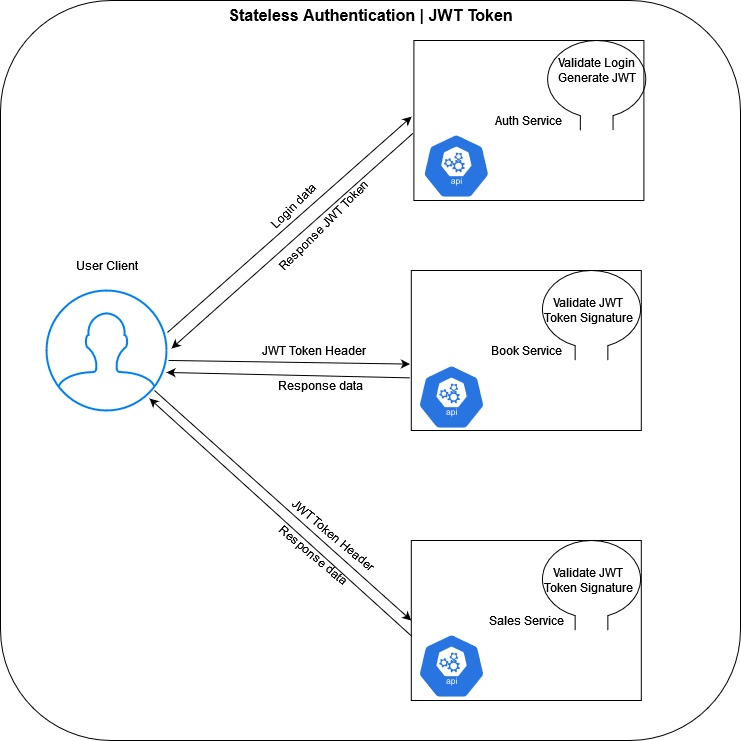
Earlier version of the draw.io export Conteúdos/Stateless Auth JWT.png (vhnegrisoli/curso-udemy-autenticacao-stateless-stateful-microsservicos). Source tidied: cells renumbered, new cells last; positions are measured from the earlier drawing's top-left corner, leaving out a move shared by most shapes. Source of this version:
```xml
<mxGraphModel>
  <root>
    <mxCell id="0" />
    <mxCell id="1" parent="0" />
    <mxCell id="2" style="rounded=1;whiteSpace=wrap;html=1;fontStyle=1;" parent="1" vertex="1">
      <mxGeometry width="740" height="740" as="geometry" />
    </mxCell>
    <mxCell id="3" style="html=1;verticalLabelPosition=bottom;align=center;labelBackgroundColor=#ffffff;verticalAlign=top;strokeWidth=2;strokeColor=#0080F0;shadow=0;dashed=0;shape=mxgraph.ios7.icons.user;" parent="1" vertex="1">
      <mxGeometry x="46" y="290" width="120" height="120" as="geometry" />
    </mxCell>
    <mxCell id="4" style="endArrow=classic;html=1;rounded=0;exitX=1.008;exitY=0.35;exitDx=0;exitDy=0;exitPerimeter=0;entryX=-0.01;entryY=0.476;entryDx=0;entryDy=0;entryPerimeter=0;" parent="1" edge="1" source="3" target="23">
      <mxGeometry relative="1" as="geometry" />
    </mxCell>
    <mxCell id="5" value="Login data" style="text;html=1;align=center;verticalAlign=middle;strokeColor=none;fillColor=none;rotation=-45;" parent="1" vertex="1">
      <mxGeometry x="253.4" y="190" width="80" height="30" as="geometry" />
    </mxCell>
    <mxCell id="6" style="endArrow=classic;html=1;rounded=0;entryX=1.042;entryY=0.483;entryDx=0;entryDy=0;entryPerimeter=0;exitX=-0.004;exitY=0.58;exitDx=0;exitDy=0;exitPerimeter=0;" parent="1" edge="1" source="23" target="3">
      <mxGeometry relative="1" as="geometry" />
    </mxCell>
    <mxCell id="7" value="Response JWT Token" style="text;html=1;align=center;verticalAlign=middle;strokeColor=none;fillColor=none;rotation=-45;" parent="1" vertex="1">
      <mxGeometry x="253.4" y="210" width="140" height="30" as="geometry" />
    </mxCell>
    <mxCell id="8" value="User Client" style="text;html=1;align=center;verticalAlign=middle;strokeColor=none;fillColor=none;" parent="1" vertex="1">
      <mxGeometry x="66" y="250" width="80" height="30" as="geometry" />
    </mxCell>
    <mxCell id="9" value="Book Service" style="rounded=0;whiteSpace=wrap;html=1;" parent="1" vertex="1">
      <mxGeometry x="410.8" y="270" width="230" height="160" as="geometry" />
    </mxCell>
    <mxCell id="10" value="Sales Service" style="rounded=0;whiteSpace=wrap;html=1;" parent="1" vertex="1">
      <mxGeometry x="410.8" y="540" width="230" height="160" as="geometry" />
    </mxCell>
    <mxCell id="11" style="endArrow=classic;html=1;rounded=0;exitX=1.017;exitY=0.583;exitDx=0;exitDy=0;exitPerimeter=0;entryX=-0.006;entryY=0.585;entryDx=0;entryDy=0;entryPerimeter=0;" parent="1" edge="1" source="3" target="9">
      <mxGeometry relative="1" as="geometry" />
    </mxCell>
    <mxCell id="12" value="JWT Token Header" style="text;html=1;align=center;verticalAlign=middle;strokeColor=none;fillColor=none;" parent="1" vertex="1">
      <mxGeometry x="253.4" y="335" width="120" height="30" as="geometry" />
    </mxCell>
    <mxCell id="13" style="endArrow=classic;html=1;rounded=0;exitX=-0.006;exitY=0.671;exitDx=0;exitDy=0;exitPerimeter=0;entryX=1;entryY=0.683;entryDx=0;entryDy=0;entryPerimeter=0;" parent="1" edge="1" source="9" target="3">
      <mxGeometry relative="1" as="geometry" />
    </mxCell>
    <mxCell id="14" value="Response data" style="text;html=1;align=center;verticalAlign=middle;strokeColor=none;fillColor=none;" parent="1" vertex="1">
      <mxGeometry x="270" y="370" width="100" height="30" as="geometry" />
    </mxCell>
    <mxCell id="15" style="endArrow=classic;html=1;rounded=0;exitX=0.9;exitY=0.833;exitDx=0;exitDy=0;exitPerimeter=0;entryX=0;entryY=0.5;entryDx=0;entryDy=0;" parent="1" edge="1" source="3" target="10">
      <mxGeometry relative="1" as="geometry" />
    </mxCell>
    <mxCell id="16" value="JWT Token Header" style="text;html=1;align=center;verticalAlign=middle;strokeColor=none;fillColor=none;rotation=40;" parent="1" vertex="1">
      <mxGeometry x="273.4" y="520" width="120" height="30" as="geometry" />
    </mxCell>
    <mxCell id="17" style="endArrow=classic;html=1;rounded=0;exitX=0.003;exitY=0.6;exitDx=0;exitDy=0;entryX=0.858;entryY=0.9;entryDx=0;entryDy=0;entryPerimeter=0;exitPerimeter=0;" parent="1" edge="1" source="10" target="3">
      <mxGeometry relative="1" as="geometry" />
    </mxCell>
    <mxCell id="18" value="Response data" style="text;html=1;align=center;verticalAlign=middle;strokeColor=none;fillColor=none;rotation=40;" parent="1" vertex="1">
      <mxGeometry x="263.4" y="540" width="100" height="30" as="geometry" />
    </mxCell>
    <mxCell id="19" style="verticalLabelPosition=bottom;shadow=0;dashed=0;align=center;html=1;verticalAlign=top;shape=mxgraph.electrical.radio.loop_antenna;" parent="1" vertex="1">
      <mxGeometry x="538.6" y="270" width="104.8" height="90" as="geometry" />
    </mxCell>
    <mxCell id="20" value="&lt;div&gt;Validate JWT &lt;br&gt;&lt;/div&gt;&lt;div&gt;Token Signature&lt;/div&gt;" style="text;html=1;align=center;verticalAlign=middle;strokeColor=none;fillColor=none;" parent="1" vertex="1">
      <mxGeometry x="533.4" y="290" width="110" height="40" as="geometry" />
    </mxCell>
    <mxCell id="21" style="verticalLabelPosition=bottom;shadow=0;dashed=0;align=center;html=1;verticalAlign=top;shape=mxgraph.electrical.radio.loop_antenna;" parent="1" vertex="1">
      <mxGeometry x="538.6" y="540" width="104.8" height="90" as="geometry" />
    </mxCell>
    <mxCell id="22" value="&lt;div&gt;Validate JWT &lt;br&gt;&lt;/div&gt;&lt;div&gt;Token Signature&lt;/div&gt;" style="text;html=1;align=center;verticalAlign=middle;strokeColor=none;fillColor=none;" parent="1" vertex="1">
      <mxGeometry x="533.4" y="560" width="110" height="40" as="geometry" />
    </mxCell>
    <mxCell id="23" value="&lt;div&gt;Auth Service&lt;/div&gt;" style="rounded=0;whiteSpace=wrap;html=1;" parent="1" vertex="1">
      <mxGeometry x="413.4" y="40" width="230" height="160" as="geometry" />
    </mxCell>
    <mxCell id="24" style="verticalLabelPosition=bottom;shadow=0;dashed=0;align=center;html=1;verticalAlign=top;shape=mxgraph.electrical.radio.loop_antenna;" parent="1" vertex="1">
      <mxGeometry x="543.8" y="40" width="104.8" height="90" as="geometry" />
    </mxCell>
    <mxCell id="25" value="&lt;div&gt;Validate Login&lt;br&gt;&lt;/div&gt;&lt;div&gt;Generate JWT&lt;br&gt;&lt;/div&gt;" style="text;html=1;align=center;verticalAlign=middle;strokeColor=none;fillColor=none;" parent="1" vertex="1">
      <mxGeometry x="546.2" y="50" width="100" height="40" as="geometry" />
    </mxCell>
    <mxCell id="26" value="&lt;b style=&quot;font-size: 16px;&quot;&gt;Stateless Authentication | JWT Token&lt;br style=&quot;font-size: 16px;&quot;&gt;&lt;/b&gt;" style="text;html=1;align=center;verticalAlign=middle;strokeColor=none;fillColor=none;fontSize=16;" parent="1" vertex="1">
      <mxGeometry x="215" width="310" height="30" as="geometry" />
    </mxCell>
    <mxCell id="27" style="sketch=0;html=1;dashed=0;whitespace=wrap;fillColor=#2875E2;strokeColor=#ffffff;verticalLabelPosition=bottom;align=center;verticalAlign=top;shape=mxgraph.kubernetes.icon;prIcon=api;" parent="1" vertex="1">
      <mxGeometry x="406" y="364" width="90" height="65" as="geometry" />
    </mxCell>
    <mxCell id="28" style="sketch=0;html=1;dashed=0;whitespace=wrap;fillColor=#2875E2;strokeColor=#ffffff;verticalLabelPosition=bottom;align=center;verticalAlign=top;shape=mxgraph.kubernetes.icon;prIcon=api;" parent="1" vertex="1">
      <mxGeometry x="410.8" y="133" width="90" height="65" as="geometry" />
    </mxCell>
    <mxCell id="29" style="sketch=0;html=1;dashed=0;whitespace=wrap;fillColor=#2875E2;strokeColor=#ffffff;verticalLabelPosition=bottom;align=center;verticalAlign=top;shape=mxgraph.kubernetes.icon;prIcon=api;" parent="1" vertex="1">
      <mxGeometry x="406" y="633" width="90" height="65" as="geometry" />
    </mxCell>
  </root>
</mxGraphModel>
```
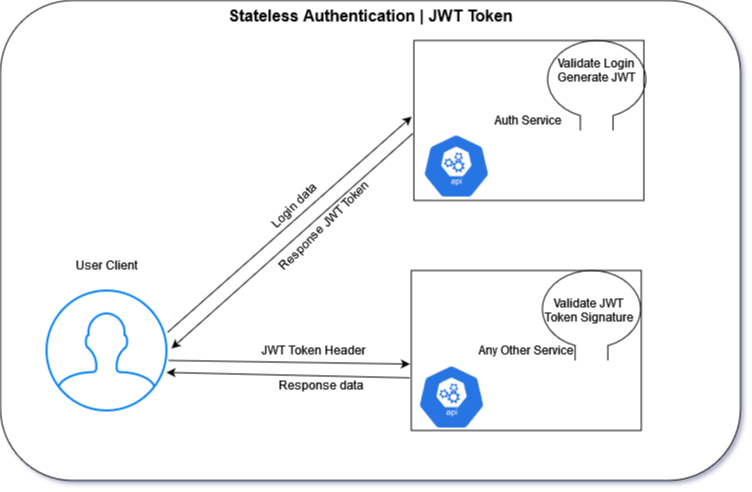
After the commit.

Diff of the diagram source:
```diff
@@ -3,7 +3,7 @@
     <mxCell id="0" />
     <mxCell id="1" parent="0" />
     <mxCell id="2" style="rounded=1;whiteSpace=wrap;html=1;fontStyle=1;" parent="1" vertex="1">
-      <mxGeometry width="740" height="740" as="geometry" />
+      <mxGeometry width="740" height="480" as="geometry" />
     </mxCell>
     <mxCell id="3" style="html=1;verticalLabelPosition=bottom;align=center;labelBackgroundColor=#ffffff;verticalAlign=top;strokeWidth=2;strokeColor=#0080F0;shadow=0;dashed=0;shape=mxgraph.ios7.icons.user;" parent="1" vertex="1">
       <mxGeometry x="46" y="290" width="120" height="120" as="geometry" />
@@ -23,12 +23,9 @@
     <mxCell id="8" value="User Client" style="text;html=1;align=center;verticalAlign=middle;strokeColor=none;fillColor=none;" parent="1" vertex="1">
       <mxGeometry x="66" y="250" width="80" height="30" as="geometry" />
     </mxCell>
-    <mxCell id="9" value="Book Service" style="rounded=0;whiteSpace=wrap;html=1;" parent="1" vertex="1">
+    <mxCell id="9" value="Any Other Service" style="rounded=0;whiteSpace=wrap;html=1;" parent="1" vertex="1">
       <mxGeometry x="410.8" y="270" width="230" height="160" as="geometry" />
     </mxCell>
-    <mxCell id="10" value="Sales Service" style="rounded=0;whiteSpace=wrap;html=1;" parent="1" vertex="1">
-      <mxGeometry x="410.8" y="540" width="230" height="160" as="geometry" />
-    </mxCell>
     <mxCell id="11" style="endArrow=classic;html=1;rounded=0;exitX=1.017;exitY=0.583;exitDx=0;exitDy=0;exitPerimeter=0;entryX=-0.006;entryY=0.585;entryDx=0;entryDy=0;entryPerimeter=0;" parent="1" edge="1" source="3" target="9">
       <mxGeometry relative="1" as="geometry" />
     </mxCell>
@@ -41,30 +38,12 @@
     <mxCell id="14" value="Response data" style="text;html=1;align=center;verticalAlign=middle;strokeColor=none;fillColor=none;" parent="1" vertex="1">
       <mxGeometry x="270" y="370" width="100" height="30" as="geometry" />
     </mxCell>
-    <mxCell id="15" style="endArrow=classic;html=1;rounded=0;exitX=0.9;exitY=0.833;exitDx=0;exitDy=0;exitPerimeter=0;entryX=0;entryY=0.5;entryDx=0;entryDy=0;" parent="1" edge="1" source="3" target="10">
-      <mxGeometry relative="1" as="geometry" />
-    </mxCell>
-    <mxCell id="16" value="JWT Token Header" style="text;html=1;align=center;verticalAlign=middle;strokeColor=none;fillColor=none;rotation=40;" parent="1" vertex="1">
-      <mxGeometry x="273.4" y="520" width="120" height="30" as="geometry" />
-    </mxCell>
-    <mxCell id="17" style="endArrow=classic;html=1;rounded=0;exitX=0.003;exitY=0.6;exitDx=0;exitDy=0;entryX=0.858;entryY=0.9;entryDx=0;entryDy=0;entryPerimeter=0;exitPerimeter=0;" parent="1" edge="1" source="10" target="3">
-      <mxGeometry relative="1" as="geometry" />
-    </mxCell>
-    <mxCell id="18" value="Response data" style="text;html=1;align=center;verticalAlign=middle;strokeColor=none;fillColor=none;rotation=40;" parent="1" vertex="1">
-      <mxGeometry x="263.4" y="540" width="100" height="30" as="geometry" />
-    </mxCell>
     <mxCell id="19" style="verticalLabelPosition=bottom;shadow=0;dashed=0;align=center;html=1;verticalAlign=top;shape=mxgraph.electrical.radio.loop_antenna;" parent="1" vertex="1">
       <mxGeometry x="538.6" y="270" width="104.8" height="90" as="geometry" />
     </mxCell>
     <mxCell id="20" value="&lt;div&gt;Validate JWT &lt;br&gt;&lt;/div&gt;&lt;div&gt;Token Signature&lt;/div&gt;" style="text;html=1;align=center;verticalAlign=middle;strokeColor=none;fillColor=none;" parent="1" vertex="1">
       <mxGeometry x="533.4" y="290" width="110" height="40" as="geometry" />
     </mxCell>
-    <mxCell id="21" style="verticalLabelPosition=bottom;shadow=0;dashed=0;align=center;html=1;verticalAlign=top;shape=mxgraph.electrical.radio.loop_antenna;" parent="1" vertex="1">
-      <mxGeometry x="538.6" y="540" width="104.8" height="90" as="geometry" />
-    </mxCell>
-    <mxCell id="22" value="&lt;div&gt;Validate JWT &lt;br&gt;&lt;/div&gt;&lt;div&gt;Token Signature&lt;/div&gt;" style="text;html=1;align=center;verticalAlign=middle;strokeColor=none;fillColor=none;" parent="1" vertex="1">
-      <mxGeometry x="533.4" y="560" width="110" height="40" as="geometry" />
-    </mxCell>
     <mxCell id="23" value="&lt;div&gt;Auth Service&lt;/div&gt;" style="rounded=0;whiteSpace=wrap;html=1;" parent="1" vertex="1">
       <mxGeometry x="413.4" y="40" width="230" height="160" as="geometry" />
     </mxCell>
@@ -83,8 +62,5 @@
     <mxCell id="28" style="sketch=0;html=1;dashed=0;whitespace=wrap;fillColor=#2875E2;strokeColor=#ffffff;verticalLabelPosition=bottom;align=center;verticalAlign=top;shape=mxgraph.kubernetes.icon;prIcon=api;" parent="1" vertex="1">
       <mxGeometry x="410.8" y="133" width="90" height="65" as="geometry" />
     </mxCell>
-    <mxCell id="29" style="sketch=0;html=1;dashed=0;whitespace=wrap;fillColor=#2875E2;strokeColor=#ffffff;verticalLabelPosition=bottom;align=center;verticalAlign=top;shape=mxgraph.kubernetes.icon;prIcon=api;" parent="1" vertex="1">
-      <mxGeometry x="406" y="633" width="90" height="65" as="geometry" />
-    </mxCell>
   </root>
 </mxGraphModel>
```
